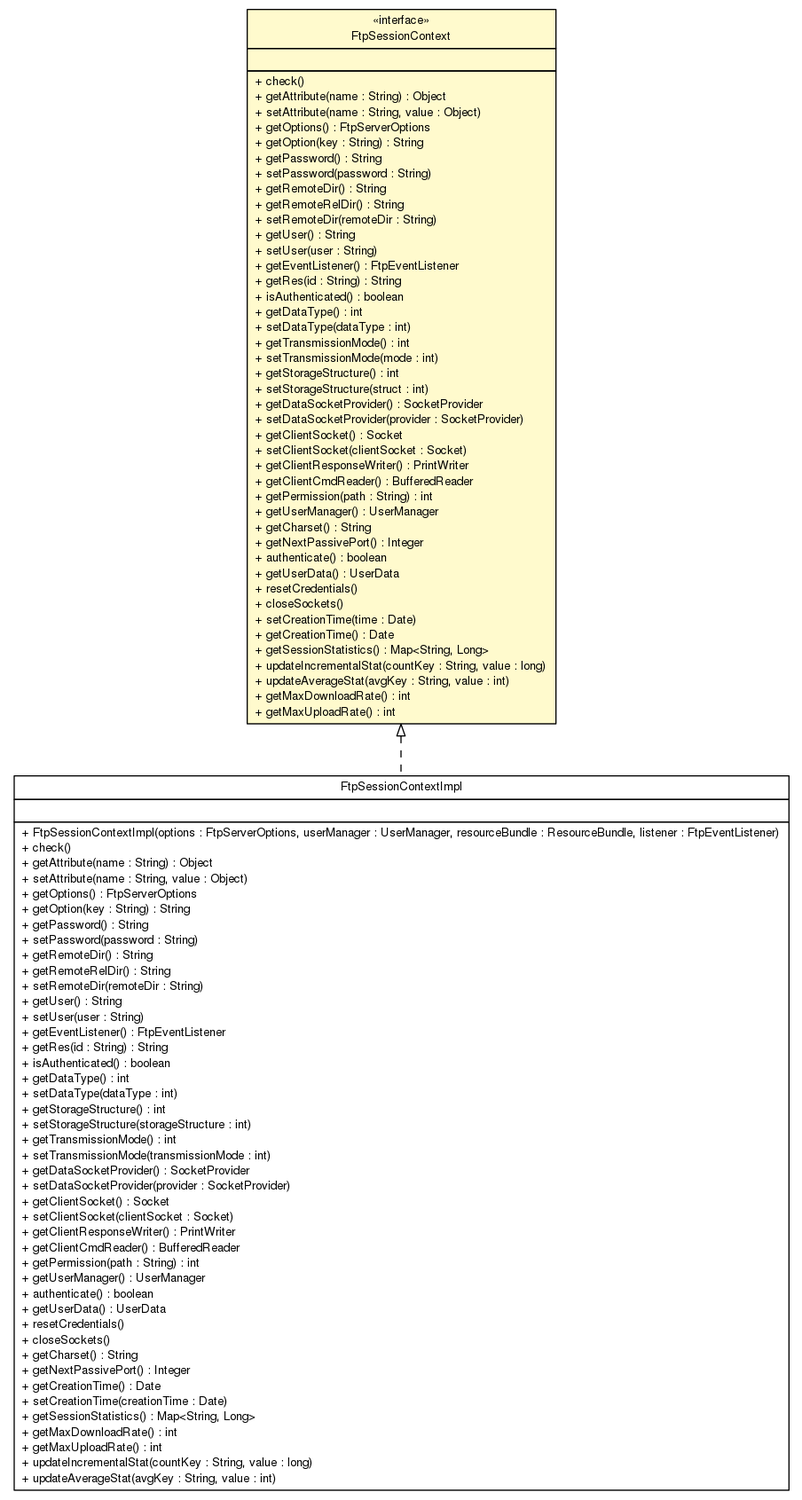
lbehnke/hermesftp keeps this Graphviz diagram as apidocs/com/apporiented/hermesftp/common/FtpSessionContext.png. Above is the earlier version. Its source is kept beside it as apidocs/com/apporiented/hermesftp/common/FtpSessionContext.dot. The source it was exported from:
```dot

digraph G {
	edge [fontname="Helvetica",fontsize=10,labelfontname="Helvetica",labelfontsize=10];
	node [fontname="Helvetica",fontsize=10,shape=plaintext];
	nodesep=0.25;
	ranksep=0.5;
	c5744 [label=<<table title="com.apporiented.hermesftp.session.impl.FtpSessionContextImpl" border="0" cellborder="1" cellspacing="0" cellpadding="2" port="p" href="../session/impl/FtpSessionContextImpl.html">
		<tr><td><table border="0" cellspacing="0" cellpadding="1">
<tr><td align="center" balign="center"> FtpSessionContextImpl </td></tr>
		</table></td></tr>
		<tr><td><table border="0" cellspacing="0" cellpadding="1">
<tr><td align="left" balign="left">  </td></tr>
		</table></td></tr>
		<tr><td><table border="0" cellspacing="0" cellpadding="1">
<tr><td align="left" balign="left"> + FtpSessionContextImpl(options : FtpServerOptions, userManager : UserManager, resourceBundle : ResourceBundle, listener : FtpEventListener) </td></tr>
<tr><td align="left" balign="left"> + check() </td></tr>
<tr><td align="left" balign="left"> + getAttribute(name : String) : Object </td></tr>
<tr><td align="left" balign="left"> + setAttribute(name : String, value : Object) </td></tr>
<tr><td align="left" balign="left"> + getOptions() : FtpServerOptions </td></tr>
<tr><td align="left" balign="left"> + getOption(key : String) : String </td></tr>
<tr><td align="left" balign="left"> + getPassword() : String </td></tr>
<tr><td align="left" balign="left"> + setPassword(password : String) </td></tr>
<tr><td align="left" balign="left"> + getRemoteDir() : String </td></tr>
<tr><td align="left" balign="left"> + getRemoteRelDir() : String </td></tr>
<tr><td align="left" balign="left"> + setRemoteDir(remoteDir : String) </td></tr>
<tr><td align="left" balign="left"> + getUser() : String </td></tr>
<tr><td align="left" balign="left"> + setUser(user : String) </td></tr>
<tr><td align="left" balign="left"> + getEventListener() : FtpEventListener </td></tr>
<tr><td align="left" balign="left"> + getRes(id : String) : String </td></tr>
<tr><td align="left" balign="left"> + isAuthenticated() : boolean </td></tr>
<tr><td align="left" balign="left"> + getDataType() : int </td></tr>
<tr><td align="left" balign="left"> + setDataType(dataType : int) </td></tr>
<tr><td align="left" balign="left"> + getStorageStructure() : int </td></tr>
<tr><td align="left" balign="left"> + setStorageStructure(storageStructure : int) </td></tr>
<tr><td align="left" balign="left"> + getTransmissionMode() : int </td></tr>
<tr><td align="left" balign="left"> + setTransmissionMode(transmissionMode : int) </td></tr>
<tr><td align="left" balign="left"> + getDataSocketProvider() : SocketProvider </td></tr>
<tr><td align="left" balign="left"> + setDataSocketProvider(provider : SocketProvider) </td></tr>
<tr><td align="left" balign="left"> + getClientSocket() : Socket </td></tr>
<tr><td align="left" balign="left"> + setClientSocket(clientSocket : Socket) </td></tr>
<tr><td align="left" balign="left"> + getClientResponseWriter() : PrintWriter </td></tr>
<tr><td align="left" balign="left"> + getClientCmdReader() : BufferedReader </td></tr>
<tr><td align="left" balign="left"> + getPermission(path : String) : int </td></tr>
<tr><td align="left" balign="left"> + getUserManager() : UserManager </td></tr>
<tr><td align="left" balign="left"> + authenticate() : boolean </td></tr>
<tr><td align="left" balign="left"> + getUserData() : UserData </td></tr>
<tr><td align="left" balign="left"> + resetCredentials() </td></tr>
<tr><td align="left" balign="left"> + closeSockets() </td></tr>
<tr><td align="left" balign="left"> + getCharset() : String </td></tr>
<tr><td align="left" balign="left"> + getNextPassivePort() : Integer </td></tr>
<tr><td align="left" balign="left"> + getCreationTime() : Date </td></tr>
<tr><td align="left" balign="left"> + setCreationTime(creationTime : Date) </td></tr>
<tr><td align="left" balign="left"> + getSessionStatistics() : Map&lt;String, Long&gt; </td></tr>
<tr><td align="left" balign="left"> + getMaxDownloadRate() : int </td></tr>
<tr><td align="left" balign="left"> + getMaxUploadRate() : int </td></tr>
<tr><td align="left" balign="left"> + updateIncrementalStat(countKey : String, value : long) </td></tr>
<tr><td align="left" balign="left"> + updateAverageStat(avgKey : String, value : int) </td></tr>
		</table></td></tr>
		</table>>, fontname="Helvetica", fontcolor="black", fontsize=10.0];
	c5751 [label=<<table title="com.apporiented.hermesftp.common.FtpSessionContext" border="0" cellborder="1" cellspacing="0" cellpadding="2" port="p" bgcolor="lemonChiffon" href="./FtpSessionContext.html">
		<tr><td><table border="0" cellspacing="0" cellpadding="1">
<tr><td align="center" balign="center"> &#171;interface&#187; </td></tr>
<tr><td align="center" balign="center"> FtpSessionContext </td></tr>
		</table></td></tr>
		<tr><td><table border="0" cellspacing="0" cellpadding="1">
<tr><td align="left" balign="left">  </td></tr>
		</table></td></tr>
		<tr><td><table border="0" cellspacing="0" cellpadding="1">
<tr><td align="left" balign="left"> + check() </td></tr>
<tr><td align="left" balign="left"> + getAttribute(name : String) : Object </td></tr>
<tr><td align="left" balign="left"> + setAttribute(name : String, value : Object) </td></tr>
<tr><td align="left" balign="left"> + getOptions() : FtpServerOptions </td></tr>
<tr><td align="left" balign="left"> + getOption(key : String) : String </td></tr>
<tr><td align="left" balign="left"> + getPassword() : String </td></tr>
<tr><td align="left" balign="left"> + setPassword(password : String) </td></tr>
<tr><td align="left" balign="left"> + getRemoteDir() : String </td></tr>
<tr><td align="left" balign="left"> + getRemoteRelDir() : String </td></tr>
<tr><td align="left" balign="left"> + setRemoteDir(remoteDir : String) </td></tr>
<tr><td align="left" balign="left"> + getUser() : String </td></tr>
<tr><td align="left" balign="left"> + setUser(user : String) </td></tr>
<tr><td align="left" balign="left"> + getEventListener() : FtpEventListener </td></tr>
<tr><td align="left" balign="left"> + getRes(id : String) : String </td></tr>
<tr><td align="left" balign="left"> + isAuthenticated() : boolean </td></tr>
<tr><td align="left" balign="left"> + getDataType() : int </td></tr>
<tr><td align="left" balign="left"> + setDataType(dataType : int) </td></tr>
<tr><td align="left" balign="left"> + getTransmissionMode() : int </td></tr>
<tr><td align="left" balign="left"> + setTransmissionMode(mode : int) </td></tr>
<tr><td align="left" balign="left"> + getStorageStructure() : int </td></tr>
<tr><td align="left" balign="left"> + setStorageStructure(struct : int) </td></tr>
<tr><td align="left" balign="left"> + getDataSocketProvider() : SocketProvider </td></tr>
<tr><td align="left" balign="left"> + setDataSocketProvider(provider : SocketProvider) </td></tr>
<tr><td align="left" balign="left"> + getClientSocket() : Socket </td></tr>
<tr><td align="left" balign="left"> + setClientSocket(clientSocket : Socket) </td></tr>
<tr><td align="left" balign="left"> + getClientResponseWriter() : PrintWriter </td></tr>
<tr><td align="left" balign="left"> + getClientCmdReader() : BufferedReader </td></tr>
<tr><td align="left" balign="left"> + getPermission(path : String) : int </td></tr>
<tr><td align="left" balign="left"> + getUserManager() : UserManager </td></tr>
<tr><td align="left" balign="left"> + getCharset() : String </td></tr>
<tr><td align="left" balign="left"> + getNextPassivePort() : Integer </td></tr>
<tr><td align="left" balign="left"> + authenticate() : boolean </td></tr>
<tr><td align="left" balign="left"> + getUserData() : UserData </td></tr>
<tr><td align="left" balign="left"> + resetCredentials() </td></tr>
<tr><td align="left" balign="left"> + closeSockets() </td></tr>
<tr><td align="left" balign="left"> + setCreationTime(time : Date) </td></tr>
<tr><td align="left" balign="left"> + getCreationTime() : Date </td></tr>
<tr><td align="left" balign="left"> + getSessionStatistics() : Map&lt;String, Long&gt; </td></tr>
<tr><td align="left" balign="left"> + updateIncrementalStat(countKey : String, value : long) </td></tr>
<tr><td align="left" balign="left"> + updateAverageStat(avgKey : String, value : int) </td></tr>
<tr><td align="left" balign="left"> + getMaxDownloadRate() : int </td></tr>
<tr><td align="left" balign="left"> + getMaxUploadRate() : int </td></tr>
		</table></td></tr>
		</table>>, fontname="Helvetica", fontcolor="black", fontsize=10.0];
	c5751:p -> c5744:p [dir=back,arrowtail=empty,style=dashed];
}
```
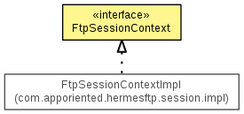
The same file after the commit.

The edit, as a diff of the source:
```diff
@@ -4,7 +4,7 @@
 	node [fontname="Helvetica",fontsize=10,shape=plaintext];
 	nodesep=0.25;
 	ranksep=0.5;
-	c5744 [label=<<table title="com.apporiented.hermesftp.session.impl.FtpSessionContextImpl" border="0" cellborder="1" cellspacing="0" cellpadding="2" port="p" href="../session/impl/FtpSessionContextImpl.html">
+	c5742 [label=<<table title="com.apporiented.hermesftp.session.impl.FtpSessionContextImpl" border="0" cellborder="1" cellspacing="0" cellpadding="2" port="p" href="../session/impl/FtpSessionContextImpl.html">
 		<tr><td><table border="0" cellspacing="0" cellpadding="1">
 <tr><td align="center" balign="center"> FtpSessionContextImpl </td></tr>
 		</table></td></tr>
@@ -57,7 +57,7 @@
 <tr><td align="left" balign="left"> + updateAverageStat(avgKey : String, value : int) </td></tr>
 		</table></td></tr>
 		</table>>, fontname="Helvetica", fontcolor="black", fontsize=10.0];
-	c5751 [label=<<table title="com.apporiented.hermesftp.common.FtpSessionContext" border="0" cellborder="1" cellspacing="0" cellpadding="2" port="p" bgcolor="lemonChiffon" href="./FtpSessionContext.html">
+	c5749 [label=<<table title="com.apporiented.hermesftp.common.FtpSessionContext" border="0" cellborder="1" cellspacing="0" cellpadding="2" port="p" bgcolor="lemonChiffon" href="./FtpSessionContext.html">
 		<tr><td><table border="0" cellspacing="0" cellpadding="1">
 <tr><td align="center" balign="center"> &#171;interface&#187; </td></tr>
 <tr><td align="center" balign="center"> FtpSessionContext </td></tr>
@@ -110,5 +110,5 @@
 <tr><td align="left" balign="left"> + getMaxUploadRate() : int </td></tr>
 		</table></td></tr>
 		</table>>, fontname="Helvetica", fontcolor="black", fontsize=10.0];
-	c5751:p -> c5744:p [dir=back,arrowtail=empty,style=dashed];
+	c5749:p -> c5742:p [dir=back,arrowtail=empty,style=dashed];
 }
```
